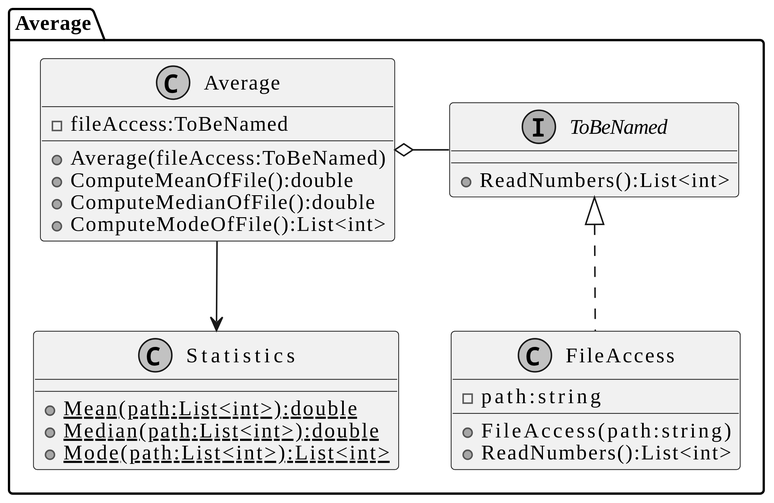
This is static/img/average-interface.svg from patrickbucher/m450.frickelbude.ch, a PlantUML export, as it was before one commit.
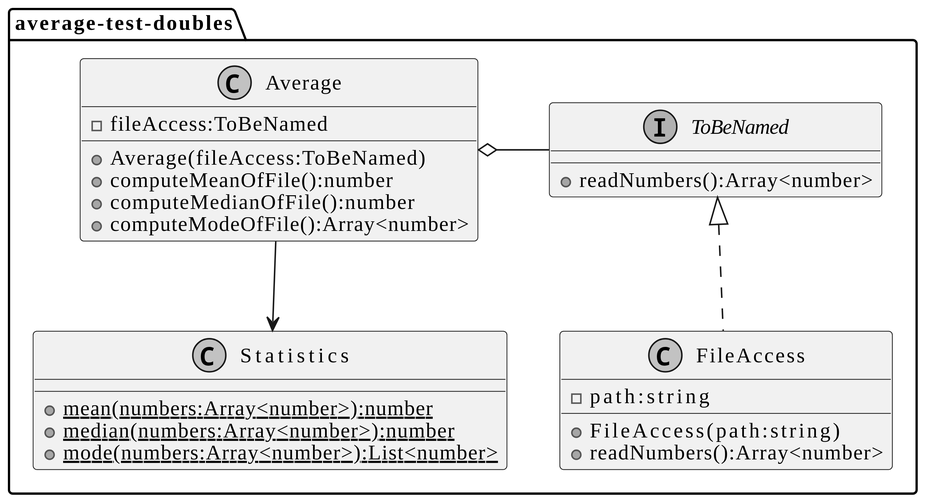
After the commit.

Commit message:
test doubles exercise

Change to the diagram source:
```diff
@@ -3,29 +3,29 @@
 skinparam defaultFontName "Fantasque Sans Mono"
 skinparam dpi 300
 
-package Average {
+package average-test-doubles {
     interface ToBeNamed {
-        {method} +ReadNumbers():List<int>
+        {method} +readNumbers():Array<number>
     }
 
     class FileAccess implements ToBeNamed {
         {field} -path:string
         {method} +FileAccess(path:string)
-        {method} +ReadNumbers():List<int>
+        {method} +readNumbers():Array<number>
     }
 
     class Average {
         {field} -fileAccess:ToBeNamed
         {method} +Average(fileAccess:ToBeNamed)
-        {method} +ComputeMeanOfFile():double
-        {method} +ComputeMedianOfFile():double
-        {method} +ComputeModeOfFile():List<int>
+        {method} +computeMeanOfFile():number
+        {method} +computeMedianOfFile():number
+        {method} +computeModeOfFile():Array<number>
     }
 
     class Statistics {
-        {static}{method} +Mean(path:List<int>):double
-        {static}{method} +Median(path:List<int>):double
-        {static}{method} +Mode(path:List<int>):List<int>
+        {static}{method} +mean(numbers:Array<number>):number
+        {static}{method} +median(numbers:Array<number>):number
+        {static}{method} +mode(numbers:Array<number>):List<number>
     }
 
     Average o- ToBeNamed
```
